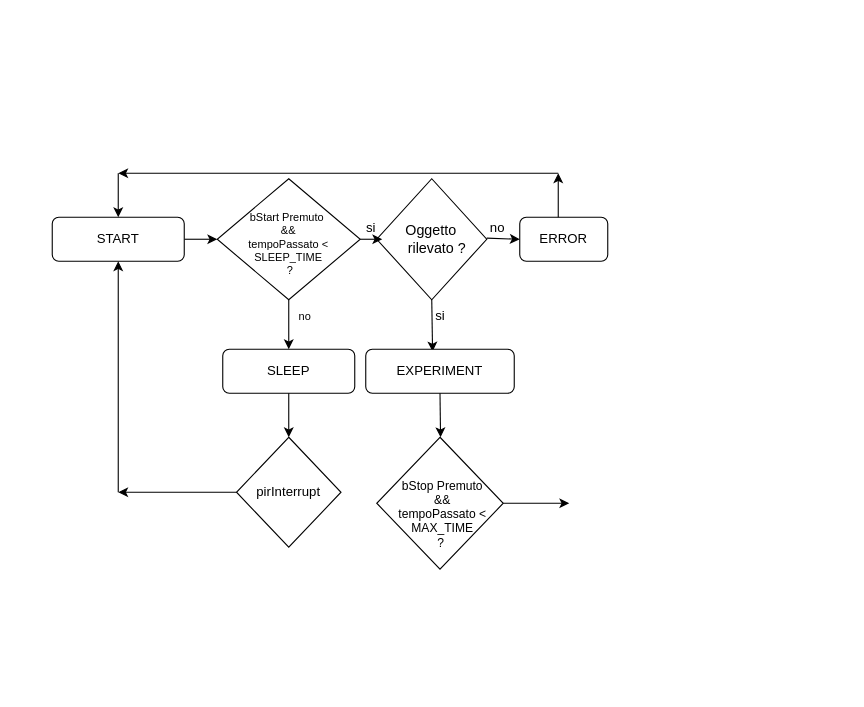
The draw.io diagram Untitled Diagram.drawio in aleshark87/smart_exp_arduino, before the edit. Source tidied: cells renumbered, new cells numbered last; positions are measured from the earlier drawing's top-left corner, leaving out a move shared by most shapes. Both pictures are drawn from the tidied source at 110%, with x=0, y=0 at pixel (52, 173).
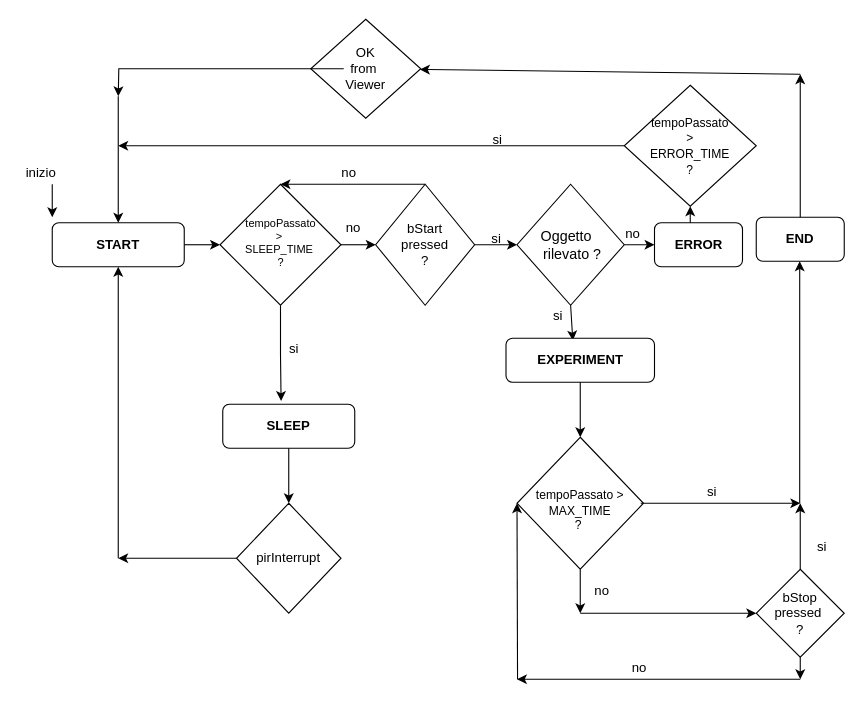
The same page after the edit.

The edit, as a diff of the source:
```diff
@@
-    <mxCell id="2" style="edgeStyle=orthogonalEdgeStyle;rounded=0;jettySize=auto;html=1;exitX=1;exitY=0.5;exitDx=0;exitDy=0;entryX=0;entryY=0.5;entryDx=0;entryDy=0;fontSize=10;" parent="1" edge="1" source="3" target="5">
-      <mxGeometry relative="1" as="geometry" />
-    </mxCell>
-    <mxCell id="3" value="START" style="rounded=1;whiteSpace=wrap;html=1;fontSize=12;glass=0;strokeWidth=1;shadow=0;" parent="1" vertex="1">
-      <mxGeometry y="40" width="120" height="40" as="geometry" />
+    <mxCell id="3" value="&lt;b&gt;START&lt;/b&gt;" style="rounded=1;whiteSpace=wrap;html=1;fontSize=12;glass=0;strokeWidth=1;shadow=0;" parent="1" vertex="1">
+      <mxGeometry y="45" width="120" height="40" as="geometry" />
     </mxCell>
-    <mxCell id="4" style="edgeStyle=orthogonalEdgeStyle;rounded=0;jettySize=auto;html=1;exitX=0.5;exitY=1;exitDx=0;exitDy=0;fontSize=10;" parent="1" edge="1" source="5">
-      <mxGeometry relative="1" as="geometry">
-        <mxPoint x="215" y="160" as="targetPoint" />
-      </mxGeometry>
-    </mxCell>
+    <mxCell id="30" style="edgeStyle=orthogonalEdgeStyle;rounded=0;jettySize=auto;html=1;entryX=0.442;entryY=-0.075;entryDx=0;entryDy=0;entryPerimeter=0;" parent="1" edge="1" source="5" target="18">
+      <mxGeometry relative="1" as="geometry" />
+    </mxCell>
-    <mxCell id="5" value="&lt;font style=&quot;font-size: 10px&quot;&gt;&lt;br&gt;bStart Premuto&amp;nbsp;&lt;br style=&quot;font-size: 10px&quot;&gt;&amp;amp;&amp;amp;&lt;br style=&quot;font-size: 10px&quot;&gt;tempoPassato &amp;lt; SLEEP_TIME&lt;br style=&quot;font-size: 10px&quot;&gt;&amp;nbsp;?&lt;/font&gt;" style="rhombus;whiteSpace=wrap;html=1;shadow=0;fontFamily=Helvetica;fontSize=10;align=center;strokeWidth=1;spacing=6;spacingTop=-4;" parent="1" vertex="1">
-      <mxGeometry x="150" y="5" width="130" height="110" as="geometry" />
+    <mxCell id="5" value="tempoPassato&lt;br&gt;&amp;gt;&amp;nbsp;&lt;br&gt;SLEEP_TIME&amp;nbsp;&lt;br&gt;?" style="rhombus;whiteSpace=wrap;html=1;shadow=0;fontFamily=Helvetica;fontSize=10;align=center;strokeWidth=1;spacing=6;spacingTop=-4;" parent="1" vertex="1">
+      <mxGeometry x="152.5" y="10" width="110" height="110" as="geometry" />
     </mxCell>
-    <mxCell id="6" value="si" style="text;html=1;strokeColor=none;fillColor=none;align=center;verticalAlign=middle;whiteSpace=wrap;rounded=0;" parent="1" vertex="1">
-      <mxGeometry x="270" y="40" width="40" height="20" as="geometry" />
-    </mxCell>
+    <mxCell id="31" style="edgeStyle=orthogonalEdgeStyle;rounded=0;jettySize=auto;html=1;entryX=0;entryY=0.5;entryDx=0;entryDy=0;" parent="1" edge="1" source="7" target="14">
+      <mxGeometry relative="1" as="geometry" />
+    </mxCell>
     <mxCell id="7" style="rhombus;whiteSpace=wrap;html=1;" parent="1" vertex="1">
-      <mxGeometry x="295" y="5" width="100" height="110" as="geometry" />
+      <mxGeometry x="422.5" y="10" width="97.5" height="110" as="geometry" />
     </mxCell>
     <mxCell id="8" value="Oggetto&amp;nbsp; &amp;nbsp; rilevato ?" style="text;html=1;strokeColor=none;fillColor=none;align=center;verticalAlign=middle;whiteSpace=wrap;rounded=0;fontSize=13;" parent="1" vertex="1">
-      <mxGeometry x="310" y="45" width="80" height="30" as="geometry" />
+      <mxGeometry x="432.5" y="50" width="80" height="30" as="geometry" />
     </mxCell>
@@
     <mxCell id="10" value="si" style="text;html=1;strokeColor=none;fillColor=none;align=center;verticalAlign=middle;whiteSpace=wrap;rounded=0;" parent="1" vertex="1">
-      <mxGeometry x="332.5" y="120" width="40" height="20" as="geometry" />
+      <mxGeometry x="440" y="120" width="40" height="20" as="geometry" />
     </mxCell>
-    <mxCell id="11" value="EXPERIMENT" style="rounded=1;whiteSpace=wrap;html=1;fontSize=12;glass=0;strokeWidth=1;shadow=0;" parent="1" vertex="1">
-      <mxGeometry x="285" y="160" width="135" height="40" as="geometry" />
+    <mxCell id="11" value="&lt;b&gt;EXPERIMENT&lt;/b&gt;" style="rounded=1;whiteSpace=wrap;html=1;fontSize=12;glass=0;strokeWidth=1;shadow=0;" parent="1" vertex="1">
+      <mxGeometry x="412.5" y="150" width="135" height="40" as="geometry" />
     </mxCell>
-    <mxCell id="12" style="endArrow=classic;html=1;entryX=1;entryY=1;entryDx=0;entryDy=0;" parent="1" edge="1" target="13">
-      <mxGeometry relative="1" as="geometry">
-        <mxPoint x="395" y="59" as="sourcePoint" />
-      </mxGeometry>
-    </mxCell>
-    <mxCell id="13" value="no" style="text;html=1;strokeColor=none;fillColor=none;align=center;verticalAlign=middle;whiteSpace=wrap;rounded=0;" parent="1" vertex="1">
-      <mxGeometry x="385" y="40" width="40" height="20" as="geometry" />
-    </mxCell>
-    <mxCell id="14" value="ERROR" style="rounded=1;whiteSpace=wrap;html=1;fontSize=12;glass=0;strokeWidth=1;shadow=0;" parent="1" vertex="1">
-      <mxGeometry x="425" y="40" width="80" height="40" as="geometry" />
+    <mxCell id="14" value="&lt;b&gt;ERROR&lt;/b&gt;" style="rounded=1;whiteSpace=wrap;html=1;fontSize=12;glass=0;strokeWidth=1;shadow=0;" parent="1" vertex="1">
+      <mxGeometry x="547.5" y="45" width="80" height="40" as="geometry" />
     </mxCell>
-    <mxCell id="15" style="endArrow=classic;html=1;entryX=0.5;entryY=0;entryDx=0;entryDy=0;" parent="1" edge="1" target="3">
-      <mxGeometry relative="1" as="geometry">
-        <mxPoint x="60" as="sourcePoint" />
-      </mxGeometry>
-    </mxCell>
-    <mxCell id="16" style="edgeStyle=orthogonalEdgeStyle;rounded=0;orthogonalLoop=1;jettySize=auto;html=1;exitX=0.25;exitY=1;exitDx=0;exitDy=0;entryX=0.75;entryY=1;entryDx=0;entryDy=0;fontSize=10;" parent="1" edge="1" source="6" target="6">
-      <mxGeometry relative="1" as="geometry" />
-    </mxCell>
-    <mxCell id="17" value="no" style="text;html=1;strokeColor=none;fillColor=none;align=center;verticalAlign=middle;whiteSpace=wrap;rounded=0;fontSize=10;" parent="1" vertex="1">
-      <mxGeometry x="210" y="120" width="40" height="20" as="geometry" />
-    </mxCell>
-    <mxCell id="18" value="SLEEP" style="rounded=1;whiteSpace=wrap;html=1;fontSize=12;glass=0;strokeWidth=1;shadow=0;" parent="1" vertex="1">
-      <mxGeometry x="155" y="160" width="120" height="40" as="geometry" />
+    <mxCell id="18" value="&lt;b&gt;SLEEP&lt;/b&gt;" style="rounded=1;whiteSpace=wrap;html=1;fontSize=12;glass=0;strokeWidth=1;shadow=0;" parent="1" vertex="1">
+      <mxGeometry x="155" y="210" width="120" height="40" as="geometry" />
     </mxCell>
-    <mxCell id="19" style="endArrow=classic;html=1;fontSize=10;exitX=0.5;exitY=1;exitDx=0;exitDy=0;" parent="1" edge="1" source="18">
-      <mxGeometry relative="1" as="geometry">
-        <mxPoint x="215" y="240" as="targetPoint" />
-      </mxGeometry>
-    </mxCell>
-    <mxCell id="20" style="endArrow=classic;html=1;fontSize=10;" parent="1" edge="1">
-      <mxGeometry relative="1" as="geometry">
-        <mxPoint x="460" y="40" as="sourcePoint" />
-        <mxPoint x="460" as="targetPoint" />
-      </mxGeometry>
-    </mxCell>
-    <mxCell id="21" style="endArrow=classic;html=1;fontSize=10;" parent="1" edge="1">
-      <mxGeometry relative="1" as="geometry">
-        <mxPoint x="460" as="sourcePoint" />
-        <mxPoint x="60" as="targetPoint" />
-      </mxGeometry>
-    </mxCell>
     <mxCell id="22" style="rhombus;whiteSpace=wrap;html=1;fontSize=10;" parent="1" vertex="1">
-      <mxGeometry x="167.5" y="240" width="95" height="100" as="geometry" />
+      <mxGeometry x="167.5" y="300" width="95" height="100" as="geometry" />
     </mxCell>
     <mxCell id="23" value="pirInterrupt&lt;br style=&quot;font-size: 12px&quot;&gt;" style="text;html=1;strokeColor=none;fillColor=none;align=center;verticalAlign=middle;whiteSpace=wrap;rounded=0;fontSize=12;" parent="1" vertex="1">
-      <mxGeometry x="195" y="280" width="40" height="20" as="geometry" />
+      <mxGeometry x="195" y="340" width="40" height="20" as="geometry" />
     </mxCell>
     <mxCell id="24" style="endArrow=classic;html=1;fontSize=13;exitX=0;exitY=0.5;exitDx=0;exitDy=0;" parent="1" edge="1" source="22">
       <mxGeometry relative="1" as="geometry">
-        <mxPoint x="60" y="290" as="targetPoint" />
+        <mxPoint x="60" y="350" as="targetPoint" />
       </mxGeometry>
     </mxCell>
     <mxCell id="25" style="endArrow=classic;html=1;fontSize=13;entryX=0.5;entryY=1;entryDx=0;entryDy=0;" parent="1" edge="1" target="3">
       <mxGeometry relative="1" as="geometry">
-        <mxPoint x="60" y="290" as="sourcePoint" />
+        <mxPoint x="60" y="350" as="sourcePoint" />
       </mxGeometry>
     </mxCell>
-    <mxCell id="26" style="endArrow=classic;html=1;fontSize=13;exitX=0.5;exitY=1;exitDx=0;exitDy=0;" parent="1" edge="1" source="11">
-      <mxGeometry relative="1" as="geometry">
-        <mxPoint x="353" y="240" as="targetPoint" />
-      </mxGeometry>
-    </mxCell>
     <mxCell id="27" style="rhombus;whiteSpace=wrap;html=1;fontSize=13;" parent="1" vertex="1">
-      <mxGeometry x="295" y="240" width="115" height="120" as="geometry" />
+      <mxGeometry x="422.5" y="240" width="115" height="120" as="geometry" />
     </mxCell>
+    <mxCell id="32" style="edgeStyle=orthogonalEdgeStyle;rounded=0;jettySize=auto;html=1;" parent="1" edge="1" source="28">
+      <mxGeometry relative="1" as="geometry">
+        <mxPoint x="680" y="300" as="targetPoint" />
+      </mxGeometry>
+    </mxCell>
-    <mxCell id="28" value="bStop Premuto&lt;br style=&quot;font-size: 11px;&quot;&gt;&amp;amp;&amp;amp;&lt;br style=&quot;font-size: 11px;&quot;&gt;tempoPassato &amp;lt; MAX_TIME&lt;br style=&quot;font-size: 11px;&quot;&gt;?&amp;nbsp;" style="text;html=1;strokeColor=none;fillColor=none;align=center;verticalAlign=middle;whiteSpace=wrap;rounded=0;fontSize=11;" parent="1" vertex="1">
-      <mxGeometry x="300" y="300" width="110" height="20" as="geometry" />
+    <mxCell id="28" value="&lt;br style=&quot;font-size: 11px&quot;&gt;tempoPassato &amp;gt; MAX_TIME&lt;br style=&quot;font-size: 11px&quot;&gt;?&amp;nbsp;" style="text;html=1;strokeColor=none;fillColor=none;align=center;verticalAlign=middle;whiteSpace=wrap;rounded=0;fontSize=11;" parent="1" vertex="1">
+      <mxGeometry x="425" y="290" width="110" height="20" as="geometry" />
     </mxCell>
-    <mxCell id="29" style="endArrow=classic;html=1;fontSize=11;" parent="1" edge="1">
-      <mxGeometry relative="1" as="geometry">
-        <mxPoint x="410" y="300" as="sourcePoint" />
-        <mxPoint x="470" y="300" as="targetPoint" />
-      </mxGeometry>
-    </mxCell>
+    <mxCell id="33" value="si" style="text;html=1;strokeColor=none;fillColor=none;align=center;verticalAlign=middle;whiteSpace=wrap;rounded=0;" parent="1" vertex="1">
+      <mxGeometry x="580" y="280" width="40" height="20" as="geometry" />
+    </mxCell>
+    <mxCell id="34" value="&lt;b&gt;END&lt;/b&gt;" style="rounded=1;whiteSpace=wrap;html=1;fontSize=12;glass=0;strokeWidth=1;shadow=0;" parent="1" vertex="1">
+      <mxGeometry x="640" y="40" width="80" height="40" as="geometry" />
+    </mxCell>
+    <mxCell id="35" style="endArrow=classic;html=1;" parent="1" edge="1">
+      <mxGeometry relative="1" as="geometry">
+        <mxPoint x="679.5" y="300" as="sourcePoint" />
+        <mxPoint x="679.5" y="80" as="targetPoint" />
+      </mxGeometry>
+    </mxCell>
+    <mxCell id="36" style="edgeStyle=orthogonalEdgeStyle;rounded=0;jettySize=auto;html=1;" parent="1" edge="1" source="37">
+      <mxGeometry relative="1" as="geometry">
+        <mxPoint x="680" y="300" as="targetPoint" />
+      </mxGeometry>
+    </mxCell>
+    <mxCell id="37" value="bStop pressed&amp;nbsp;&lt;br&gt;?" style="rhombus;whiteSpace=wrap;html=1;" parent="1" vertex="1">
+      <mxGeometry x="640" y="360" width="80" height="80" as="geometry" />
+    </mxCell>
+    <mxCell id="38" value="si" style="text;html=1;strokeColor=none;fillColor=none;align=center;verticalAlign=middle;whiteSpace=wrap;rounded=0;" parent="1" vertex="1">
+      <mxGeometry x="680" y="330" width="40" height="20" as="geometry" />
+    </mxCell>
+    <mxCell id="39" style="endArrow=classic;html=1;exitX=1;exitY=0.5;exitDx=0;exitDy=0;entryX=0;entryY=0.5;entryDx=0;entryDy=0;" parent="1" edge="1" source="5" target="40">
+      <mxGeometry relative="1" as="geometry" />
+    </mxCell>
+    <mxCell id="40" style="rhombus;whiteSpace=wrap;html=1;" parent="1" vertex="1">
+      <mxGeometry x="294" y="10" width="90" height="110" as="geometry" />
+    </mxCell>
+    <mxCell id="41" value="bStart&lt;br&gt;pressed&lt;br&gt;?" style="text;html=1;strokeColor=none;fillColor=none;align=center;verticalAlign=middle;whiteSpace=wrap;rounded=0;" parent="1" vertex="1">
+      <mxGeometry x="319" y="55" width="40" height="20" as="geometry" />
+    </mxCell>
+    <mxCell id="42" value="no" style="text;html=1;strokeColor=none;fillColor=none;align=center;verticalAlign=middle;whiteSpace=wrap;rounded=0;" parent="1" vertex="1">
+      <mxGeometry x="254" y="40" width="40" height="20" as="geometry" />
+    </mxCell>
+    <mxCell id="43" value="si" style="text;html=1;strokeColor=none;fillColor=none;align=center;verticalAlign=middle;whiteSpace=wrap;rounded=0;" parent="1" vertex="1">
+      <mxGeometry x="384" y="50" width="40" height="20" as="geometry" />
+    </mxCell>
+    <mxCell id="44" value="si" style="text;html=1;strokeColor=none;fillColor=none;align=center;verticalAlign=middle;whiteSpace=wrap;rounded=0;" parent="1" vertex="1">
+      <mxGeometry x="200" y="150" width="40" height="20" as="geometry" />
+    </mxCell>
+    <mxCell id="45" style="endArrow=classic;html=1;entryX=0.5;entryY=0;entryDx=0;entryDy=0;exitX=0.5;exitY=1;exitDx=0;exitDy=0;" parent="1" edge="1" source="18" target="22">
+      <mxGeometry relative="1" as="geometry" />
+    </mxCell>
+    <mxCell id="46" style="endArrow=classic;html=1;entryX=0;entryY=0.5;entryDx=0;entryDy=0;" parent="1" edge="1" target="37">
+      <mxGeometry relative="1" as="geometry">
+        <mxPoint x="480" y="400" as="sourcePoint" />
+      </mxGeometry>
+    </mxCell>
+    <mxCell id="47" style="endArrow=classic;html=1;exitX=0.5;exitY=1;exitDx=0;exitDy=0;" parent="1" edge="1" source="27">
+      <mxGeometry relative="1" as="geometry">
+        <mxPoint x="480" y="400" as="targetPoint" />
+      </mxGeometry>
+    </mxCell>
+    <mxCell id="48" value="no" style="text;html=1;strokeColor=none;fillColor=none;align=center;verticalAlign=middle;whiteSpace=wrap;rounded=0;" parent="1" vertex="1">
+      <mxGeometry x="480" y="370" width="40" height="20" as="geometry" />
+    </mxCell>
+    <mxCell id="49" style="endArrow=classic;html=1;exitX=0.5;exitY=1;exitDx=0;exitDy=0;" parent="1" edge="1" source="37">
+      <mxGeometry relative="1" as="geometry">
+        <mxPoint x="680" y="460" as="targetPoint" />
+      </mxGeometry>
+    </mxCell>
+    <mxCell id="50" style="endArrow=classic;html=1;entryX=0.5;entryY=0;entryDx=0;entryDy=0;exitX=0.5;exitY=0;exitDx=0;exitDy=0;" parent="1" edge="1" source="40" target="5">
+      <mxGeometry relative="1" as="geometry" />
+    </mxCell>
+    <mxCell id="51" value="no" style="text;html=1;strokeColor=none;fillColor=none;align=center;verticalAlign=middle;whiteSpace=wrap;rounded=0;" parent="1" vertex="1">
+      <mxGeometry x="250" y="-10" width="40" height="20" as="geometry" />
+    </mxCell>
+    <mxCell id="52" style="endArrow=classic;html=1;entryX=0.5;entryY=0;entryDx=0;entryDy=0;exitX=0.5;exitY=1;exitDx=0;exitDy=0;" parent="1" edge="1" source="11" target="27">
+      <mxGeometry relative="1" as="geometry" />
+    </mxCell>
+    <mxCell id="53" style="edgeStyle=orthogonalEdgeStyle;rounded=0;jettySize=auto;html=1;" parent="1" edge="1" source="54">
+      <mxGeometry relative="1" as="geometry">
+        <mxPoint x="60" y="-25" as="targetPoint" />
+      </mxGeometry>
+    </mxCell>
+    <mxCell id="54" value="&lt;font style=&quot;font-size: 11px&quot;&gt;tempoPassato&lt;br&gt;&amp;gt;&lt;br&gt;ERROR_TIME&lt;br&gt;?&lt;/font&gt;" style="rhombus;whiteSpace=wrap;html=1;" parent="1" vertex="1">
+      <mxGeometry x="520" y="-80" width="120" height="110" as="geometry" />
+    </mxCell>
+    <mxCell id="55" value="si" style="text;html=1;strokeColor=none;fillColor=none;align=center;verticalAlign=middle;whiteSpace=wrap;rounded=0;" parent="1" vertex="1">
+      <mxGeometry x="385" y="-40" width="40" height="20" as="geometry" />
+    </mxCell>
+    <mxCell id="56" value="no" style="text;html=1;strokeColor=none;fillColor=none;align=center;verticalAlign=middle;whiteSpace=wrap;rounded=0;" parent="1" vertex="1">
+      <mxGeometry x="513.8" y="440" width="40" height="20" as="geometry" />
+    </mxCell>
+    <mxCell id="57" style="endArrow=classic;html=1;" parent="1" edge="1">
+      <mxGeometry relative="1" as="geometry">
+        <mxPoint x="680" y="40" as="sourcePoint" />
+        <mxPoint x="680" y="-90" as="targetPoint" />
+      </mxGeometry>
+    </mxCell>
+    <mxCell id="58" style="endArrow=classic;html=1;" parent="1" edge="1" target="59">
+      <mxGeometry relative="1" as="geometry">
+        <mxPoint x="680" y="-90" as="sourcePoint" />
+      </mxGeometry>
+    </mxCell>
+    <mxCell id="59" style="rhombus;whiteSpace=wrap;html=1;" parent="1" vertex="1">
+      <mxGeometry x="235" y="-140" width="100" height="90" as="geometry" />
+    </mxCell>
+    <mxCell id="60" style="edgeStyle=orthogonalEdgeStyle;rounded=0;jettySize=auto;html=1;" parent="1" edge="1" source="61">
+      <mxGeometry relative="1" as="geometry">
+        <mxPoint x="60" y="-70" as="targetPoint" />
+      </mxGeometry>
+    </mxCell>
+    <mxCell id="61" value="OK from&amp;nbsp;&lt;br&gt;Viewer" style="text;html=1;strokeColor=none;fillColor=none;align=center;verticalAlign=middle;whiteSpace=wrap;rounded=0;" parent="1" vertex="1">
+      <mxGeometry x="265" y="-105" width="40" height="20" as="geometry" />
+    </mxCell>
+    <mxCell id="62" style="endArrow=classic;html=1;" parent="1" edge="1">
+      <mxGeometry relative="1" as="geometry">
+        <mxPoint x="423" y="460" as="sourcePoint" />
+        <mxPoint x="422.5" y="300" as="targetPoint" />
+      </mxGeometry>
+    </mxCell>
+    <mxCell id="63" style="endArrow=classic;html=1;" parent="1" edge="1">
+      <mxGeometry relative="1" as="geometry">
+        <mxPoint x="680" y="460" as="sourcePoint" />
+        <mxPoint x="422.5" y="460" as="targetPoint" />
+      </mxGeometry>
+    </mxCell>
+    <mxCell id="64" style="endArrow=classic;html=1;exitX=1;exitY=0.5;exitDx=0;exitDy=0;entryX=0;entryY=0.5;entryDx=0;entryDy=0;" parent="1" edge="1" source="40" target="7">
+      <mxGeometry relative="1" as="geometry" />
+    </mxCell>
+    <mxCell id="65" value="inizio" style="text;html=1;strokeColor=none;fillColor=none;align=center;verticalAlign=middle;whiteSpace=wrap;rounded=0;" parent="1" vertex="1">
+      <mxGeometry x="-30" y="-10" width="40" height="20" as="geometry" />
+    </mxCell>
+    <mxCell id="66" style="endArrow=classic;html=1;exitX=0.75;exitY=1;exitDx=0;exitDy=0;" parent="1" edge="1" source="65">
+      <mxGeometry relative="1" as="geometry">
+        <mxPoint y="40" as="targetPoint" />
+      </mxGeometry>
+    </mxCell>
+    <mxCell id="2" style="endArrow=classic;html=1;exitX=1;exitY=0.5;exitDx=0;exitDy=0;entryX=0;entryY=0.5;entryDx=0;entryDy=0;" parent="1" edge="1" source="3" target="5">
+      <mxGeometry relative="1" as="geometry" />
+    </mxCell>
+    <mxCell id="67" style="endArrow=classic;html=1;" parent="1" edge="1">
+      <mxGeometry relative="1" as="geometry">
+        <mxPoint x="60" y="-70" as="sourcePoint" />
+        <mxPoint x="60" y="45" as="targetPoint" />
+      </mxGeometry>
+    </mxCell>
+    <mxCell id="68" value="no" style="text;html=1;strokeColor=none;fillColor=none;align=center;verticalAlign=middle;whiteSpace=wrap;rounded=0;" parent="1" vertex="1">
+      <mxGeometry x="507.5" y="45" width="40" height="20" as="geometry" />
+    </mxCell>
+    <mxCell id="69" style="endArrow=classic;html=1;entryX=0.5;entryY=1;entryDx=0;entryDy=0;" parent="1" edge="1" target="54">
+      <mxGeometry relative="1" as="geometry">
+        <mxPoint x="580" y="45" as="sourcePoint" />
+      </mxGeometry>
+    </mxCell>
```
